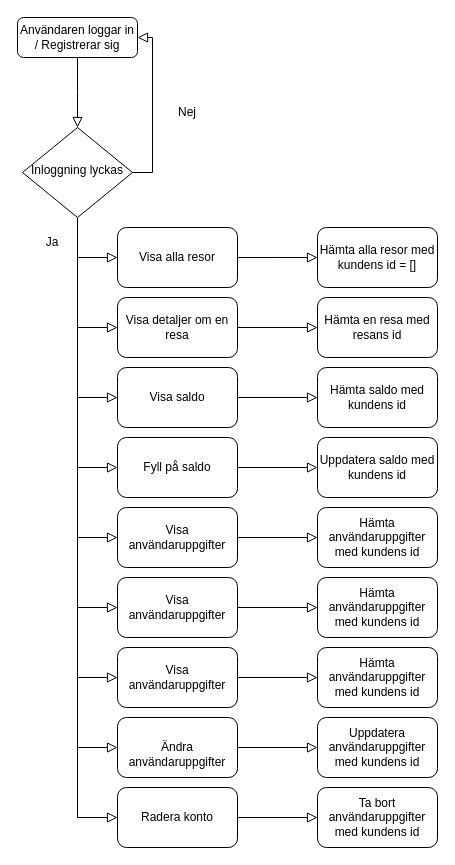
Before: sds_sammansatt/xml/användarens_webbgränssnitt.drawio.xml in sonnerberg/vteam-sds, a draw.io diagram. Source tidied: cells renumbered, new cells numbered last; positions are measured from the earlier drawing's top-left corner, leaving out a move shared by most shapes. Both pictures are drawn from the tidied source at 100%, with x=0, y=0 at pixel (17, 17).
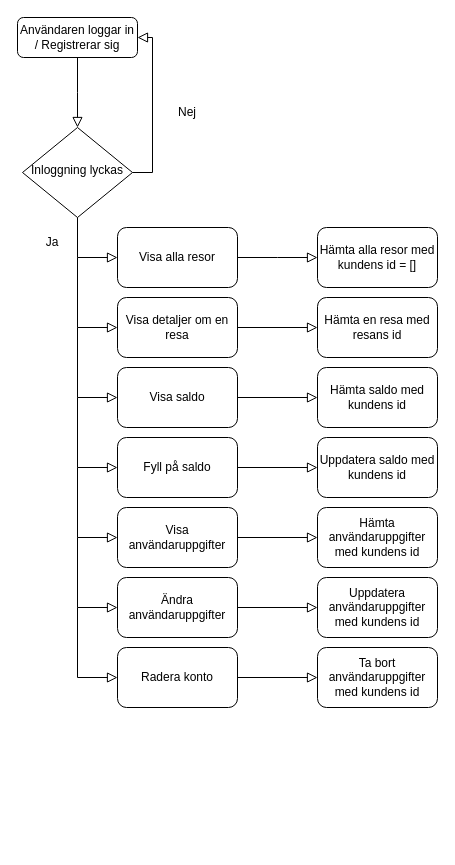
The same diagram, later.

Commit message (it also covers changes not shown here):
Fixa felaktig bild över flödet i användarens webbgränssnitt

What changed in the source:
```diff
@@
-    <mxCell id="28" value="Visa användaruppgifter" style="rounded=1;whiteSpace=wrap;html=1;" parent="1" vertex="1">
+    <mxCell id="28" value="Ändra användaruppgifter" style="rounded=1;whiteSpace=wrap;html=1;" parent="1" vertex="1">
       <mxGeometry x="100" y="560" width="120" height="60" as="geometry" />
     </mxCell>
@@
-    <mxCell id="30" value="Hämta användaruppgifter med kundens id" style="rounded=1;whiteSpace=wrap;html=1;" parent="1" vertex="1">
+    <mxCell id="30" value="Uppdatera användaruppgifter med kundens id" style="rounded=1;whiteSpace=wrap;html=1;" parent="1" vertex="1">
       <mxGeometry x="300" y="560" width="120" height="60" as="geometry" />
     </mxCell>
@@
-    <mxCell id="32" value="Visa användaruppgifter" style="rounded=1;whiteSpace=wrap;html=1;" parent="1" vertex="1">
+    <mxCell id="32" value="Radera konto" style="rounded=1;whiteSpace=wrap;html=1;" parent="1" vertex="1">
       <mxGeometry x="100" y="630" width="120" height="60" as="geometry" />
     </mxCell>
@@
-    <mxCell id="34" value="Hämta användaruppgifter med kundens id" style="rounded=1;whiteSpace=wrap;html=1;" parent="1" vertex="1">
+    <mxCell id="34" value="Ta bort användaruppgifter med kundens id" style="rounded=1;whiteSpace=wrap;html=1;" parent="1" vertex="1">
       <mxGeometry x="300" y="630" width="120" height="60" as="geometry" />
     </mxCell>
@@
-    <mxCell id="36" value="&lt;br&gt;Ändra användaruppgifter" style="rounded=1;whiteSpace=wrap;html=1;" parent="1" vertex="1">
-      <mxGeometry x="100" y="700" width="120" height="60" as="geometry" />
-    </mxCell>
-    <mxCell id="37" style="rounded=0;html=1;jettySize=auto;fontSize=11;endArrow=block;endFill=0;endSize=8;strokeWidth=1;shadow=0;labelBackgroundColor=none;edgeStyle=orthogonalEdgeStyle;entryX=0;entryY=0.5;entryDx=0;entryDy=0;" parent="1" edge="1" target="36">
-      <mxGeometry relative="1" as="geometry">
-        <mxPoint x="60" y="660" as="sourcePoint" />
-        <Array as="points">
-          <mxPoint x="60" y="730" />
-        </Array>
-      </mxGeometry>
-    </mxCell>
-    <mxCell id="38" value="Uppdatera användaruppgifter med kundens id" style="rounded=1;whiteSpace=wrap;html=1;" parent="1" vertex="1">
-      <mxGeometry x="300" y="700" width="120" height="60" as="geometry" />
-    </mxCell>
-    <mxCell id="39" style="rounded=0;html=1;jettySize=auto;fontSize=11;endArrow=block;endFill=0;endSize=8;strokeWidth=1;shadow=0;labelBackgroundColor=none;edgeStyle=orthogonalEdgeStyle;exitX=1;exitY=0.5;exitDx=0;exitDy=0;entryX=0;entryY=0.5;entryDx=0;entryDy=0;" parent="1" edge="1" source="36" target="38">
-      <mxGeometry relative="1" as="geometry" />
-    </mxCell>
-    <mxCell id="40" value="Radera konto" style="rounded=1;whiteSpace=wrap;html=1;" parent="1" vertex="1">
-      <mxGeometry x="100" y="770" width="120" height="60" as="geometry" />
-    </mxCell>
-    <mxCell id="41" style="rounded=0;html=1;jettySize=auto;fontSize=11;endArrow=block;endFill=0;endSize=8;strokeWidth=1;shadow=0;labelBackgroundColor=none;edgeStyle=orthogonalEdgeStyle;entryX=0;entryY=0.5;entryDx=0;entryDy=0;" parent="1" edge="1" target="40">
-      <mxGeometry relative="1" as="geometry">
-        <mxPoint x="60" y="730" as="sourcePoint" />
-        <Array as="points">
-          <mxPoint x="60" y="800" />
-        </Array>
-      </mxGeometry>
-    </mxCell>
-    <mxCell id="42" value="Ta bort användaruppgifter med kundens id" style="rounded=1;whiteSpace=wrap;html=1;" parent="1" vertex="1">
-      <mxGeometry x="300" y="770" width="120" height="60" as="geometry" />
-    </mxCell>
-    <mxCell id="43" style="rounded=0;html=1;jettySize=auto;fontSize=11;endArrow=block;endFill=0;endSize=8;strokeWidth=1;shadow=0;labelBackgroundColor=none;edgeStyle=orthogonalEdgeStyle;exitX=1;exitY=0.5;exitDx=0;exitDy=0;entryX=0;entryY=0.5;entryDx=0;entryDy=0;" parent="1" edge="1" source="40" target="42">
-      <mxGeometry relative="1" as="geometry" />
-    </mxCell>
```
